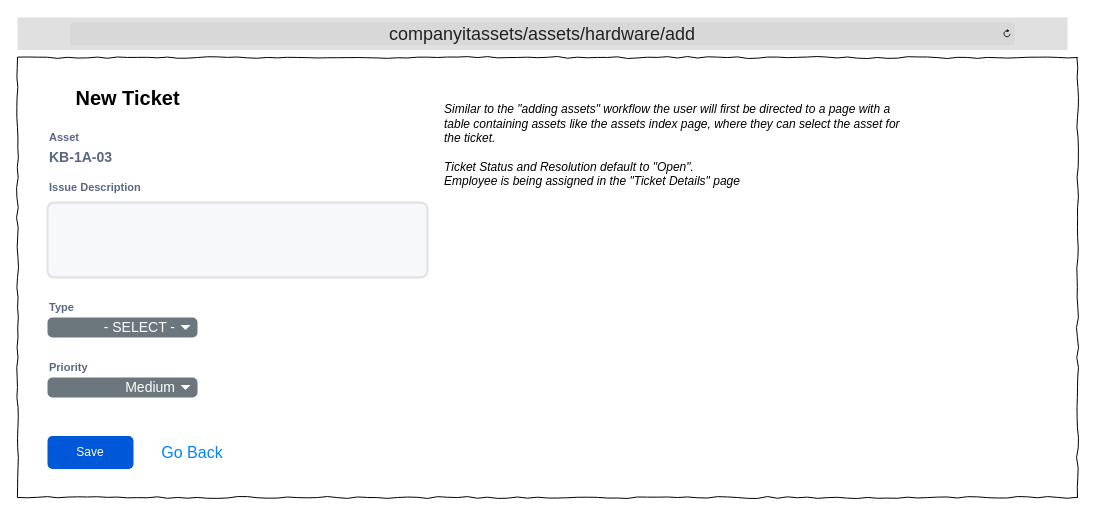
The draw.io diagram Wireframes/ITAT_Tickets_Add.drawio in TRed91/ITAssetTracking, before the edit. Source tidied: cells renumbered, new cells numbered last; positions are measured from the earlier drawing's top-left corner, leaving out a move shared by most shapes. Both pictures are drawn from the tidied source at 100%, with x=0, y=0 at pixel (17, 17).
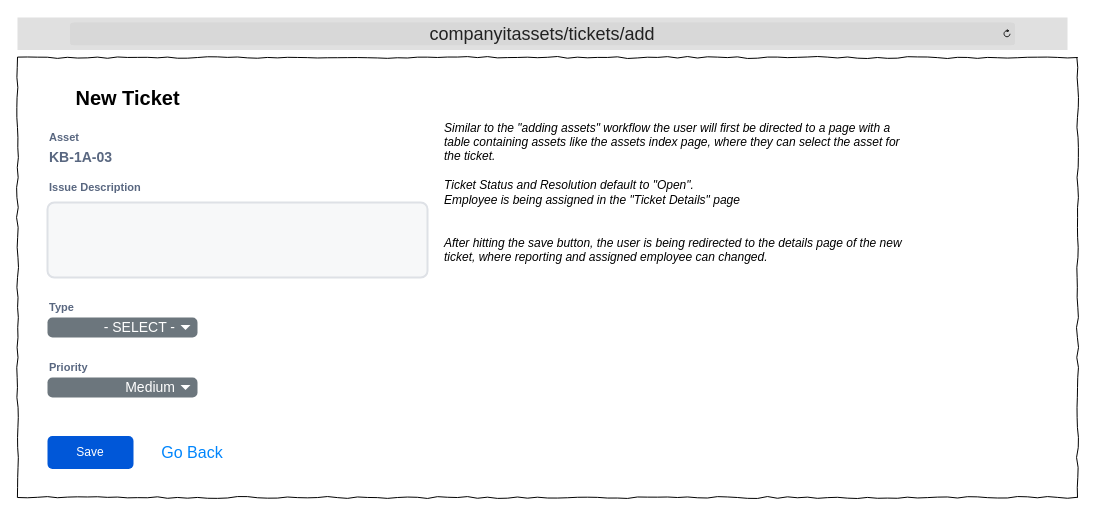
After the change.

What changed in the source:
```diff
@@
 <mxGraphModel>
   <root>
     <mxCell id="0" />
     <mxCell id="1" parent="0" />
     <mxCell id="2" style="whiteSpace=wrap;html=1;rounded=0;shadow=0;labelBackgroundColor=none;strokeColor=#000000;strokeWidth=1;fillColor=none;fontFamily=Verdana;fontSize=12;fontColor=#000000;align=center;comic=1;" parent="1" vertex="1">
       <mxGeometry y="40" width="1060" height="440" as="geometry" />
     </mxCell>
     <mxCell id="3" value="Save" style="rounded=1;fillColor=#0057D8;strokeColor=none;html=1;whiteSpace=wrap;fontColor=#ffffff;align=center;verticalAlign=middle;fontStyle=0;fontSize=12;sketch=0;" parent="1" vertex="1">
       <mxGeometry x="30" y="418.5" width="86" height="33" as="geometry" />
     </mxCell>
-    <mxCell id="4" value="&lt;font style=&quot;font-size: 18px;&quot;&gt;companyitassets/assets/hardware/add&lt;/font&gt;" style="html=1;strokeWidth=1;shadow=0;dashed=0;shape=mxgraph.ios7ui.url;fillColor=#e0e0e0;strokeColor=#c0c0c0;buttonText=;strokeColor2=#222222;fontColor=#222222;fontSize=8;spacingTop=2;align=center;whiteSpace=wrap;" parent="1" vertex="1">
+    <mxCell id="4" value="&lt;font style=&quot;font-size: 18px;&quot;&gt;companyitassets/tickets/add&lt;/font&gt;" style="html=1;strokeWidth=1;shadow=0;dashed=0;shape=mxgraph.ios7ui.url;fillColor=#e0e0e0;strokeColor=#c0c0c0;buttonText=;strokeColor2=#222222;fontColor=#222222;fontSize=8;spacingTop=2;align=center;whiteSpace=wrap;" parent="1" vertex="1">
       <mxGeometry width="1050" height="32.5" as="geometry" />
     </mxCell>
     <mxCell id="5" value="&lt;font style=&quot;font-size: 20px;&quot;&gt;New Ticket&lt;/font&gt;" style="text;strokeColor=none;fillColor=none;html=1;fontSize=24;fontStyle=1;verticalAlign=middle;align=center;" parent="1" vertex="1">
       <mxGeometry x="30" y="60" width="160" height="40" as="geometry" />
     </mxCell>
     <mxCell id="6" value="Go Back" style="html=1;shadow=0;dashed=0;shape=mxgraph.bootstrap.rrect;rSize=5;strokeColor=none;strokeWidth=1;fillColor=none;fontColor=#0085FC;whiteSpace=wrap;align=center;verticalAlign=middle;spacingLeft=0;fontStyle=0;fontSize=16;spacing=5;" parent="1" vertex="1">
       <mxGeometry x="140" y="415" width="70" height="40" as="geometry" />
     </mxCell>
     <mxCell id="7" value="Asset" style="fillColor=none;strokeColor=none;html=1;fontSize=11;fontStyle=0;align=left;fontColor=#596780;fontStyle=1;fontSize=11;" parent="1" vertex="1">
       <mxGeometry x="30" y="110" width="240" height="20" as="geometry" />
     </mxCell>
     <mxCell id="8" value="Issue Description" style="fillColor=none;strokeColor=none;html=1;fontSize=11;fontStyle=0;align=left;fontColor=#596780;fontStyle=1;fontSize=11;" parent="1" vertex="1">
       <mxGeometry x="30" y="160" width="240" height="20" as="geometry" />
     </mxCell>
     <mxCell id="9" style="rounded=1;arcSize=9;fillColor=#F7F8F9;align=left;spacingLeft=5;strokeColor=#DEE1E6;html=1;strokeWidth=2;fontSize=12;" parent="1" vertex="1">
       <mxGeometry x="30" y="185" width="380" height="75" as="geometry" />
     </mxCell>
-    <mxCell id="10" value="&lt;div&gt;&lt;i&gt;Similar to the &quot;adding assets&quot; workflow the user will first be directed to a page with a table containing assets like the assets index page, where they can select the asset for the ticket.&lt;/i&gt;&lt;/div&gt;&lt;div&gt;&lt;i&gt;&amp;nbsp;&lt;/i&gt;&lt;/div&gt;&lt;i&gt;Ticket Status and Resolution default to &quot;Open&quot;.&lt;/i&gt;&lt;div&gt;&lt;i&gt;Employee is being assigned in the &quot;Ticket Details&quot; page&lt;br&gt;&lt;/i&gt;&lt;div&gt;&lt;br&gt;&lt;/div&gt;&lt;/div&gt;" style="text;html=1;strokeColor=none;fillColor=none;align=left;verticalAlign=middle;whiteSpace=wrap;rounded=0;fontColor=light-dark(#000000,#7D7D7D);" parent="1" vertex="1">
-      <mxGeometry x="425" y="60" width="465" height="150" as="geometry" />
+    <mxCell id="10" value="&lt;div&gt;&lt;i&gt;Similar to the &quot;adding assets&quot; workflow the user will first be directed to a page with a table containing assets like the assets index page, where they can select the asset for the ticket.&lt;/i&gt;&lt;/div&gt;&lt;div&gt;&lt;i&gt;&amp;nbsp;&lt;/i&gt;&lt;/div&gt;&lt;i&gt;Ticket Status and Resolution default to &quot;Open&quot;.&lt;/i&gt;&lt;div&gt;&lt;i&gt;Employee is being assigned in the &quot;Ticket Details&quot; page&lt;/i&gt;&lt;/div&gt;&lt;div&gt;&lt;i&gt;&lt;br&gt;&lt;/i&gt;&lt;/div&gt;&lt;div&gt;&lt;i&gt;&lt;br&gt;&lt;/i&gt;&lt;div&gt;&lt;i&gt;After hitting the save button, the user is being redirected to the details page of the new ticket, where reporting and assigned employee can changed.&lt;/i&gt;&lt;/div&gt;&lt;/div&gt;" style="text;html=1;strokeColor=none;fillColor=none;align=left;verticalAlign=middle;whiteSpace=wrap;rounded=0;fontColor=light-dark(#000000,#7D7D7D);" parent="1" vertex="1">
+      <mxGeometry x="425" y="60" width="465" height="230" as="geometry" />
     </mxCell>
     <mxCell id="11" value="&lt;font style=&quot;font-size: 14px;&quot;&gt;KB-1A-03&lt;/font&gt;" style="fillColor=none;strokeColor=none;html=1;fontSize=11;fontStyle=0;align=left;fontColor=#596780;fontStyle=1;fontSize=11;" parent="1" vertex="1">
       <mxGeometry x="30" y="130" width="240" height="20" as="geometry" />
     </mxCell>
     <mxCell id="12" value="Type" style="fillColor=none;strokeColor=none;html=1;fontSize=11;fontStyle=0;align=left;fontColor=#596780;fontStyle=1;fontSize=11;" parent="1" vertex="1">
       <mxGeometry x="30" y="280" width="240" height="20" as="geometry" />
     </mxCell>
     <mxCell id="13" value="- SELECT -" style="html=1;shadow=0;dashed=0;shape=mxgraph.bootstrap.rrect;rSize=5;strokeColor=none;strokeWidth=1;fillColor=#6C767D;fontColor=#ffffff;whiteSpace=wrap;align=right;verticalAlign=middle;fontStyle=0;fontSize=14;spacingRight=20;" parent="1" vertex="1">
       <mxGeometry x="30" y="300" width="150" height="20" as="geometry" />
     </mxCell>
     <mxCell id="14" style="shape=triangle;direction=south;fillColor=#ffffff;strokeColor=none;perimeter=none;" parent="13" vertex="1">
       <mxGeometry x="1" y="0.5" width="10" height="5" relative="1" as="geometry">
         <mxPoint x="-17" y="-2.5" as="offset" />
       </mxGeometry>
     </mxCell>
     <mxCell id="15" value="Priority" style="fillColor=none;strokeColor=none;html=1;fontSize=11;fontStyle=0;align=left;fontColor=#596780;fontStyle=1;fontSize=11;" parent="1" vertex="1">
       <mxGeometry x="30" y="340" width="240" height="20" as="geometry" />
     </mxCell>
     <mxCell id="16" value="Medium" style="html=1;shadow=0;dashed=0;shape=mxgraph.bootstrap.rrect;rSize=5;strokeColor=none;strokeWidth=1;fillColor=#6C767D;fontColor=#ffffff;whiteSpace=wrap;align=right;verticalAlign=middle;fontStyle=0;fontSize=14;spacingRight=20;" parent="1" vertex="1">
       <mxGeometry x="30" y="360" width="150" height="20" as="geometry" />
     </mxCell>
     <mxCell id="17" style="shape=triangle;direction=south;fillColor=#ffffff;strokeColor=none;perimeter=none;" parent="16" vertex="1">
       <mxGeometry x="1" y="0.5" width="10" height="5" relative="1" as="geometry">
         <mxPoint x="-17" y="-2.5" as="offset" />
       </mxGeometry>
     </mxCell>
   </root>
 </mxGraphModel>
```
